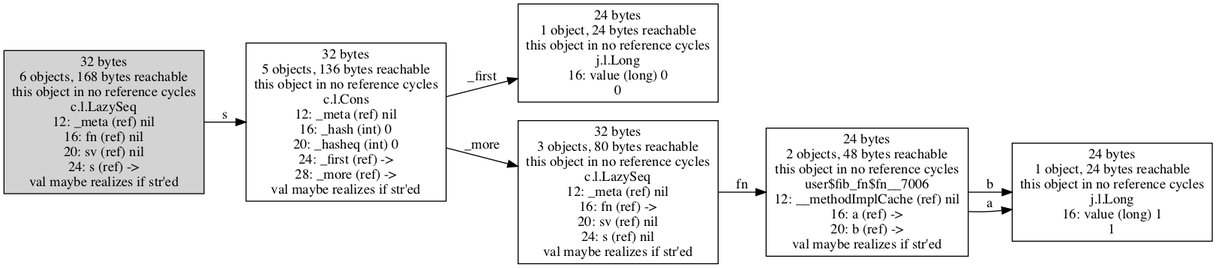
This is doc/images/lazy-fib-seq-realized1.png from jafingerhut/cljol, a Graphviz export, as it was before one commit. Its source is kept beside it as doc/images/lazy-fib-seq-realized1.dot.
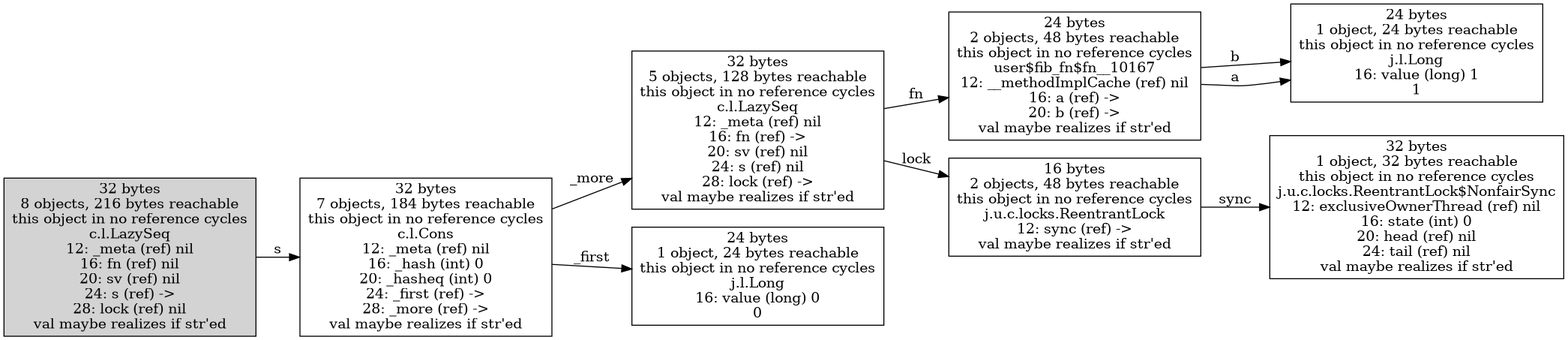
The same file after the commit.

Change to the diagram source:
```diff
@@ -1,45 +1,56 @@
 digraph {
-graph [layout=dot,rankdir=LR];
-"28991406664" ["scc-num-nodes"=1,label="24 bytes
-1 object, 24 bytes reachable
+graph [layout="dot",rankdir="LR"];
+"17920231808" ["reachable-only-from"=17920231296,"scc-num-nodes"=1,label="32 bytes
+5 objects, 128 bytes reachable
 this object in no reference cycles
-j.l.Long
-16: value (long) 0
-0",shape=box];
-"28991464656" ["scc-num-nodes"=1,label="24 bytes
-1 object, 24 bytes reachable
+c.l.LazySeq
+12: _meta (ref) nil
+16: fn (ref) ->
+20: sv (ref) nil
+24: s (ref) nil
+28: lock (ref) ->
+val maybe realizes if str'ed",shape="box"];
+"17920232064" ["reachable-only-from"=17920231296,"scc-num-nodes"=1,label="24 bytes
+2 objects, 48 bytes reachable
 this object in no reference cycles
-j.l.Long
-16: value (long) 1
-1",shape=box];
-"32024788488" ["scc-num-nodes"=1,style=filled,label="32 bytes
-6 objects, 168 bytes reachable
+user$fib_fn$fn__10167
+12: __methodImplCache (ref) nil
+16: a (ref) ->
+20: b (ref) ->
+val maybe realizes if str'ed",shape="box"];
+"17920232256" ["reachable-only-from"=17920231296,"scc-num-nodes"=1,label="16 bytes
+2 objects, 48 bytes reachable
+this object in no reference cycles
+j.u.c.locks.ReentrantLock
+12: sync (ref) ->
+val maybe realizes if str'ed",shape="box"];
+"17920231296" ["reachable-only-from"=17920231296,"scc-num-nodes"=1,style="filled","my-unique-total-size"=216,"my-unique-num-reachable-nodes"=8,label="32 bytes
+8 objects, 216 bytes reachable
 this object in no reference cycles
 c.l.LazySeq
 12: _meta (ref) nil
 16: fn (ref) nil
 20: sv (ref) nil
 24: s (ref) ->
-val maybe realizes if str'ed",shape=box];
-"32025552096" ["scc-num-nodes"=1,label="32 bytes
-3 objects, 80 bytes reachable
+28: lock (ref) nil
+val maybe realizes if str'ed",shape="box"];
+"17920232384" ["reachable-only-from"=17920231296,"scc-num-nodes"=1,label="32 bytes
+1 object, 32 bytes reachable
 this object in no reference cycles
-c.l.LazySeq
-12: _meta (ref) nil
-16: fn (ref) ->
-20: sv (ref) nil
-24: s (ref) nil
-val maybe realizes if str'ed",shape=box];
-"32025552128" ["scc-num-nodes"=1,label="24 bytes
-2 objects, 48 bytes reachable
+j.u.c.locks.ReentrantLock$NonfairSync
+12: exclusiveOwnerThread (ref) nil
+16: state (int) 0
+20: head (ref) nil
+24: tail (ref) nil
+val maybe realizes if str'ed",shape="box"];
+"34349647488" ["reachable-only-from"=17920231296,"scc-num-nodes"=1,label="24 bytes
+1 object, 24 bytes reachable
 this object in no reference cycles
-user$fib_fn$fn__7006
-12: __methodImplCache (ref) nil
-16: a (ref) ->
-20: b (ref) ->
-val maybe realizes if str'ed",shape=box];
-"32025552152" ["scc-num-nodes"=1,label="32 bytes
-5 objects, 136 bytes reachable
+j.l.Long
+16: value (long) 0
+0",shape="box"];
+"17920231552" ["reachable-only-from"=17920231296,"scc-num-nodes"=1,label="32 bytes
+7 objects, 184 bytes reachable
 this object in no reference cycles
 c.l.Cons
 12: _meta (ref) nil
@@ -47,11 +58,19 @@
 20: _hasheq (int) 0
 24: _first (ref) ->
 28: _more (ref) ->
-val maybe realizes if str'ed",shape=box];
-"32024788488" -> "32025552152" ["field-name"=s,label=s];
-"32025552096" -> "32025552128" ["field-name"=fn,label=fn];
-"32025552128" -> "28991464656" ["field-name"=b,label=b];
-"32025552128" -> "28991464656" ["field-name"=a,label=a];
-"32025552152" -> "28991406664" ["field-name"=_first,label=_first];
-"32025552152" -> "32025552096" ["field-name"=_more,label=_more];
+val maybe realizes if str'ed",shape="box"];
+"34349647680" ["reachable-only-from"=17920231296,"scc-num-nodes"=1,label="24 bytes
+1 object, 24 bytes reachable
+this object in no reference cycles
+j.l.Long
+16: value (long) 1
+1",shape="box"];
+"17920231808" -> "17920232064" ["field-name"="fn",label="fn"];
+"17920231808" -> "17920232256" ["field-name"="lock",label="lock"];
+"17920232064" -> "34349647680" ["field-name"="b",label="b"];
+"17920232064" -> "34349647680" ["field-name"="a",label="a"];
+"17920232256" -> "17920232384" ["field-name"="sync",label="sync"];
+"17920231296" -> "17920231552" ["field-name"="s",label="s"];
+"17920231552" -> "34349647488" ["field-name"="_first",label="_first"];
+"17920231552" -> "17920231808" ["field-name"="_more",label="_more"];
 }
```
